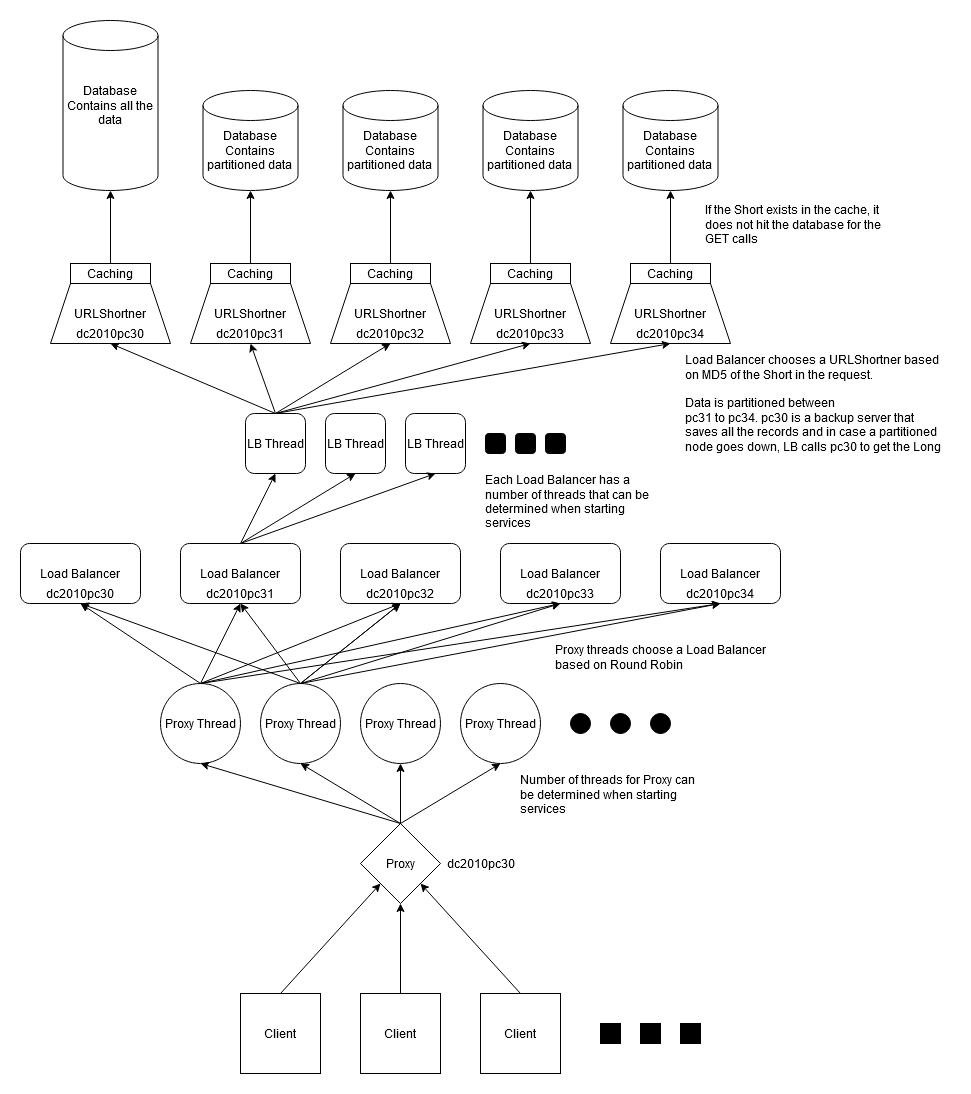
The draw.io diagram Diagram.png in rohan-sahgal/URL-Shortener-from-Scratch, before a commit. Source tidied: cells renumbered, new cells last; positions are measured from the earlier drawing's top-left corner, leaving out a move shared by most shapes.
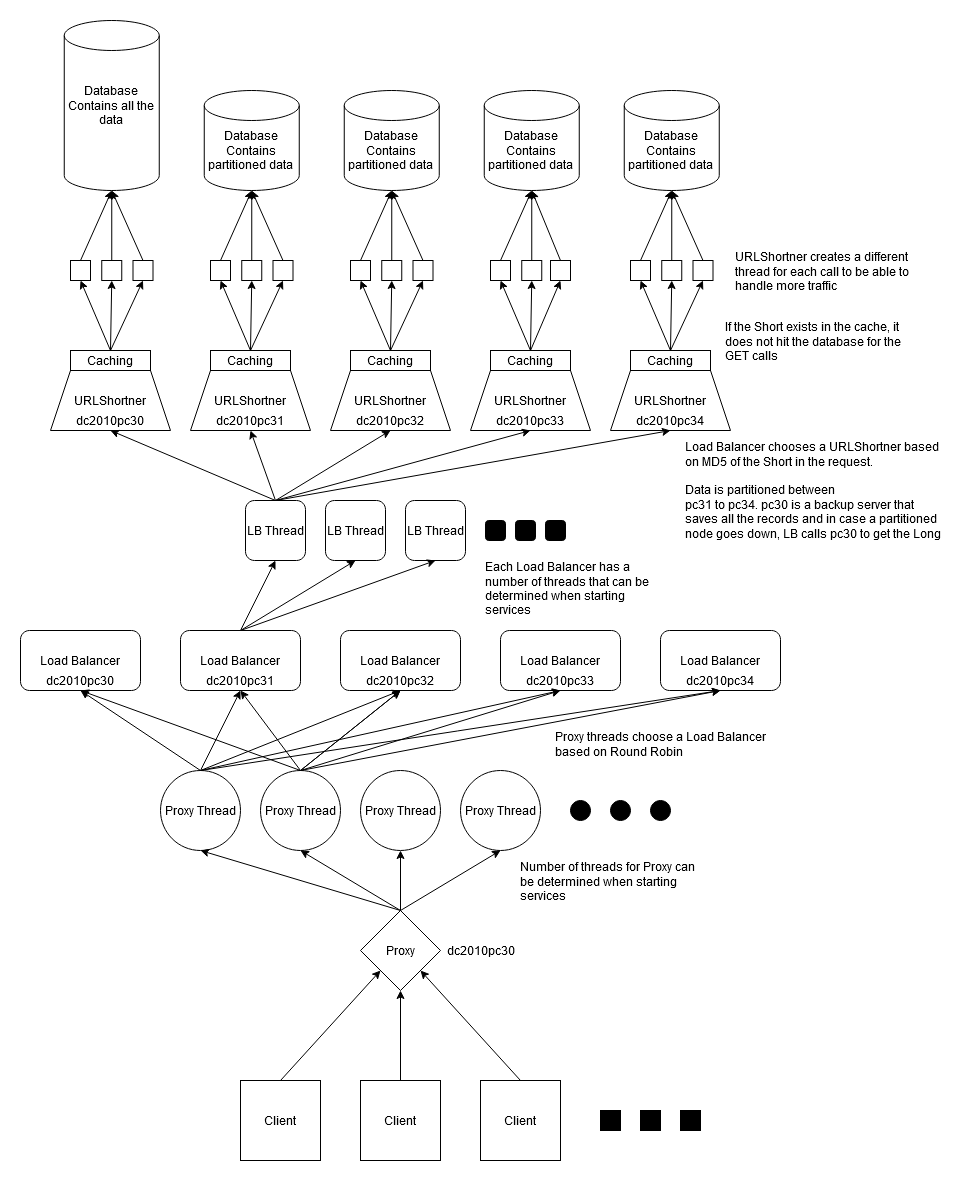
Above is the later version.

The edit, as a diff of the source:
```diff
@@ -236,34 +236,34 @@
       <mxGeometry relative="1" as="geometry" />
     </mxCell>
     <mxCell id="77" style="shape=cylinder3;whiteSpace=wrap;html=1;boundedLbl=1;backgroundOutline=1;size=15;fillColor=#FFFFFF;" parent="1" vertex="1">
-      <mxGeometry x="42.5" width="95" height="170" as="geometry" />
+      <mxGeometry x="43.8" y="-87" width="95" height="170" as="geometry" />
     </mxCell>
     <mxCell id="78" style="shape=cylinder3;whiteSpace=wrap;html=1;boundedLbl=1;backgroundOutline=1;size=15;fillColor=#FFFFFF;" parent="1" vertex="1">
-      <mxGeometry x="182.5" y="70" width="95" height="100" as="geometry" />
+      <mxGeometry x="183.8" y="-17" width="95" height="100" as="geometry" />
     </mxCell>
     <mxCell id="79" style="shape=cylinder3;whiteSpace=wrap;html=1;boundedLbl=1;backgroundOutline=1;size=15;fillColor=#FFFFFF;" parent="1" vertex="1">
-      <mxGeometry x="322.5" y="70" width="95" height="100" as="geometry" />
+      <mxGeometry x="323.8" y="-17" width="95" height="100" as="geometry" />
     </mxCell>
     <mxCell id="80" style="shape=cylinder3;whiteSpace=wrap;html=1;boundedLbl=1;backgroundOutline=1;size=15;fillColor=#FFFFFF;" parent="1" vertex="1">
-      <mxGeometry x="462.5" y="70" width="95" height="100" as="geometry" />
+      <mxGeometry x="463.8" y="-17" width="95" height="100" as="geometry" />
     </mxCell>
     <mxCell id="81" style="shape=cylinder3;whiteSpace=wrap;html=1;boundedLbl=1;backgroundOutline=1;size=15;fillColor=#FFFFFF;" parent="1" vertex="1">
-      <mxGeometry x="602.5" y="70" width="95" height="100" as="geometry" />
+      <mxGeometry x="603.8" y="-17" width="95" height="100" as="geometry" />
     </mxCell>
     <mxCell id="82" value="&lt;div&gt;Database&lt;/div&gt;&lt;div&gt;Contains all the data&lt;br&gt;&lt;/div&gt;" style="text;html=1;strokeColor=none;fillColor=none;align=center;verticalAlign=middle;whiteSpace=wrap;rounded=0;" parent="1" vertex="1">
-      <mxGeometry x="45" y="75" width="90" height="20" as="geometry" />
+      <mxGeometry x="46.2" y="-12" width="90" height="20" as="geometry" />
     </mxCell>
     <mxCell id="83" value="&lt;div&gt;Database&lt;/div&gt;&lt;div&gt;Contains partitioned data&lt;br&gt;&lt;/div&gt;" style="text;html=1;strokeColor=none;fillColor=none;align=center;verticalAlign=middle;whiteSpace=wrap;rounded=0;" parent="1" vertex="1">
-      <mxGeometry x="465" y="120" width="90" height="20" as="geometry" />
+      <mxGeometry x="466.2" y="33" width="90" height="20" as="geometry" />
     </mxCell>
     <mxCell id="84" value="&lt;div&gt;Database&lt;/div&gt;&lt;div&gt;Contains partitioned data&lt;br&gt;&lt;/div&gt;" style="text;html=1;strokeColor=none;fillColor=none;align=center;verticalAlign=middle;whiteSpace=wrap;rounded=0;" parent="1" vertex="1">
-      <mxGeometry x="325" y="120" width="90" height="20" as="geometry" />
+      <mxGeometry x="326.2" y="33" width="90" height="20" as="geometry" />
     </mxCell>
     <mxCell id="85" value="&lt;div&gt;Database&lt;/div&gt;&lt;div&gt;Contains partitioned data&lt;br&gt;&lt;/div&gt;" style="text;html=1;strokeColor=none;fillColor=none;align=center;verticalAlign=middle;whiteSpace=wrap;rounded=0;" parent="1" vertex="1">
-      <mxGeometry x="185" y="120" width="90" height="20" as="geometry" />
+      <mxGeometry x="186.2" y="33" width="90" height="20" as="geometry" />
     </mxCell>
     <mxCell id="86" value="&lt;div&gt;Database&lt;/div&gt;&lt;div&gt;Contains partitioned data&lt;br&gt;&lt;/div&gt;" style="text;html=1;strokeColor=none;fillColor=none;align=center;verticalAlign=middle;whiteSpace=wrap;rounded=0;" parent="1" vertex="1">
-      <mxGeometry x="605" y="120" width="90" height="20" as="geometry" />
+      <mxGeometry x="606.2" y="33" width="90" height="20" as="geometry" />
     </mxCell>
     <mxCell id="87" value="Caching" style="rounded=0;whiteSpace=wrap;html=1;fillColor=#FFFFFF;" parent="1" vertex="1">
       <mxGeometry x="50" y="243" width="80" height="20" as="geometry" />
@@ -280,23 +280,148 @@
     <mxCell id="91" value="Caching" style="rounded=0;whiteSpace=wrap;html=1;fillColor=#FFFFFF;" parent="1" vertex="1">
       <mxGeometry x="610" y="243" width="80" height="20" as="geometry" />
     </mxCell>
-    <mxCell id="92" style="endArrow=classic;html=1;exitX=0.5;exitY=0;exitDx=0;exitDy=0;entryX=0.5;entryY=1;entryDx=0;entryDy=0;entryPerimeter=0;" parent="1" edge="1" source="87" target="77">
-      <mxGeometry relative="1" as="geometry" />
-    </mxCell>
-    <mxCell id="93" style="endArrow=classic;html=1;exitX=0.5;exitY=0;exitDx=0;exitDy=0;entryX=0.5;entryY=1;entryDx=0;entryDy=0;entryPerimeter=0;" parent="1" edge="1" source="88" target="78">
-      <mxGeometry relative="1" as="geometry" />
-    </mxCell>
-    <mxCell id="94" style="endArrow=classic;html=1;exitX=0.5;exitY=0;exitDx=0;exitDy=0;entryX=0.5;entryY=1;entryDx=0;entryDy=0;entryPerimeter=0;" parent="1" edge="1" source="89" target="79">
-      <mxGeometry relative="1" as="geometry" />
-    </mxCell>
-    <mxCell id="95" style="endArrow=classic;html=1;exitX=0.5;exitY=0;exitDx=0;exitDy=0;entryX=0.5;entryY=1;entryDx=0;entryDy=0;entryPerimeter=0;" parent="1" edge="1" source="90" target="80">
-      <mxGeometry relative="1" as="geometry" />
-    </mxCell>
-    <mxCell id="96" style="endArrow=classic;html=1;exitX=0.5;exitY=0;exitDx=0;exitDy=0;entryX=0.5;entryY=1;entryDx=0;entryDy=0;entryPerimeter=0;" parent="1" edge="1" source="91" target="81">
-      <mxGeometry relative="1" as="geometry" />
-    </mxCell>
     <mxCell id="97" value="If the Short exists in the cache, it does not hit the database for the GET calls" style="text;html=1;strokeColor=none;fillColor=none;spacing=5;spacingTop=-20;whiteSpace=wrap;overflow=hidden;rounded=0;" parent="1" vertex="1">
-      <mxGeometry x="680" y="193" width="190" height="120" as="geometry" />
+      <mxGeometry x="700" y="223" width="190" height="120" as="geometry" />
     </mxCell>
+    <mxCell id="98" style="whiteSpace=wrap;html=1;" parent="1" vertex="1">
+      <mxGeometry x="50" y="153" width="20" height="20" as="geometry" />
+    </mxCell>
+    <mxCell id="99" style="whiteSpace=wrap;html=1;" parent="1" vertex="1">
+      <mxGeometry x="81.2" y="153" width="20" height="20" as="geometry" />
+    </mxCell>
+    <mxCell id="100" style="whiteSpace=wrap;html=1;" parent="1" vertex="1">
+      <mxGeometry x="112.5" y="153" width="20" height="20" as="geometry" />
+    </mxCell>
+    <mxCell id="101" style="whiteSpace=wrap;html=1;" parent="1" vertex="1">
+      <mxGeometry x="190" y="153" width="20" height="20" as="geometry" />
+    </mxCell>
+    <mxCell id="102" style="whiteSpace=wrap;html=1;" parent="1" vertex="1">
+      <mxGeometry x="221.2" y="153" width="20" height="20" as="geometry" />
+    </mxCell>
+    <mxCell id="103" style="whiteSpace=wrap;html=1;" parent="1" vertex="1">
+      <mxGeometry x="252.5" y="153" width="20" height="20" as="geometry" />
+    </mxCell>
+    <mxCell id="104" style="whiteSpace=wrap;html=1;" parent="1" vertex="1">
+      <mxGeometry x="330" y="153" width="20" height="20" as="geometry" />
+    </mxCell>
+    <mxCell id="105" style="whiteSpace=wrap;html=1;" parent="1" vertex="1">
+      <mxGeometry x="361.2" y="153" width="20" height="20" as="geometry" />
+    </mxCell>
+    <mxCell id="106" style="whiteSpace=wrap;html=1;" parent="1" vertex="1">
+      <mxGeometry x="392.5" y="153" width="20" height="20" as="geometry" />
+    </mxCell>
+    <mxCell id="107" style="whiteSpace=wrap;html=1;" parent="1" vertex="1">
+      <mxGeometry x="470" y="153" width="20" height="20" as="geometry" />
+    </mxCell>
+    <mxCell id="108" style="whiteSpace=wrap;html=1;" parent="1" vertex="1">
+      <mxGeometry x="501.2" y="153" width="20" height="20" as="geometry" />
+    </mxCell>
+    <mxCell id="109" style="whiteSpace=wrap;html=1;" parent="1" vertex="1">
+      <mxGeometry x="530" y="153" width="20" height="20" as="geometry" />
+    </mxCell>
+    <mxCell id="110" style="whiteSpace=wrap;html=1;" parent="1" vertex="1">
+      <mxGeometry x="610" y="153" width="20" height="20" as="geometry" />
+    </mxCell>
+    <mxCell id="111" style="whiteSpace=wrap;html=1;" parent="1" vertex="1">
+      <mxGeometry x="641.2" y="153" width="20" height="20" as="geometry" />
+    </mxCell>
+    <mxCell id="112" style="whiteSpace=wrap;html=1;" parent="1" vertex="1">
+      <mxGeometry x="672.5" y="153" width="20" height="20" as="geometry" />
+    </mxCell>
+    <mxCell id="113" style="endArrow=classic;html=1;entryX=0.5;entryY=1;entryDx=0;entryDy=0;exitX=0.5;exitY=0;exitDx=0;exitDy=0;" parent="1" edge="1" source="87" target="98">
+      <mxGeometry relative="1" as="geometry" />
+    </mxCell>
+    <mxCell id="114" style="endArrow=classic;html=1;exitX=0.5;exitY=0;exitDx=0;exitDy=0;entryX=0.5;entryY=1;entryDx=0;entryDy=0;" parent="1" edge="1" source="87" target="99">
+      <mxGeometry relative="1" as="geometry" />
+    </mxCell>
+    <mxCell id="115" style="endArrow=classic;html=1;exitX=0.5;exitY=0;exitDx=0;exitDy=0;entryX=0.5;entryY=1;entryDx=0;entryDy=0;" parent="1" edge="1" source="87" target="100">
+      <mxGeometry relative="1" as="geometry" />
+    </mxCell>
+    <mxCell id="116" style="endArrow=classic;html=1;entryX=0.5;entryY=1;entryDx=0;entryDy=0;exitX=0.5;exitY=0;exitDx=0;exitDy=0;" parent="1" edge="1" source="88" target="101">
+      <mxGeometry relative="1" as="geometry" />
+    </mxCell>
+    <mxCell id="117" style="endArrow=classic;html=1;entryX=0.5;entryY=1;entryDx=0;entryDy=0;exitX=0.5;exitY=0;exitDx=0;exitDy=0;" parent="1" edge="1" source="88" target="102">
+      <mxGeometry relative="1" as="geometry" />
+    </mxCell>
+    <mxCell id="118" style="endArrow=classic;html=1;entryX=0.5;entryY=1;entryDx=0;entryDy=0;" parent="1" edge="1" target="103">
+      <mxGeometry relative="1" as="geometry">
+        <mxPoint x="230" y="243" as="sourcePoint" />
+      </mxGeometry>
+    </mxCell>
+    <mxCell id="119" style="endArrow=classic;html=1;entryX=0.5;entryY=1;entryDx=0;entryDy=0;exitX=0.5;exitY=0;exitDx=0;exitDy=0;" parent="1" edge="1" source="89" target="104">
+      <mxGeometry relative="1" as="geometry" />
+    </mxCell>
+    <mxCell id="120" style="endArrow=classic;html=1;entryX=0.5;entryY=1;entryDx=0;entryDy=0;exitX=0.5;exitY=0;exitDx=0;exitDy=0;" parent="1" edge="1" source="89" target="105">
+      <mxGeometry relative="1" as="geometry" />
+    </mxCell>
+    <mxCell id="121" style="endArrow=classic;html=1;entryX=0.5;entryY=1;entryDx=0;entryDy=0;exitX=0.5;exitY=0;exitDx=0;exitDy=0;" parent="1" edge="1" source="89" target="106">
+      <mxGeometry relative="1" as="geometry" />
+    </mxCell>
+    <mxCell id="122" style="endArrow=classic;html=1;entryX=0.5;entryY=1;entryDx=0;entryDy=0;exitX=0.5;exitY=0;exitDx=0;exitDy=0;" parent="1" edge="1" source="90" target="107">
+      <mxGeometry relative="1" as="geometry" />
+    </mxCell>
+    <mxCell id="123" style="endArrow=classic;html=1;entryX=0.5;entryY=1;entryDx=0;entryDy=0;exitX=0.5;exitY=0;exitDx=0;exitDy=0;" parent="1" edge="1" source="90" target="108">
+      <mxGeometry relative="1" as="geometry" />
+    </mxCell>
+    <mxCell id="124" style="endArrow=classic;html=1;entryX=0.5;entryY=1;entryDx=0;entryDy=0;exitX=0.5;exitY=0;exitDx=0;exitDy=0;" parent="1" edge="1" source="90" target="109">
+      <mxGeometry relative="1" as="geometry" />
+    </mxCell>
+    <mxCell id="125" style="endArrow=classic;html=1;entryX=0.5;entryY=1;entryDx=0;entryDy=0;exitX=0.5;exitY=0;exitDx=0;exitDy=0;" parent="1" edge="1" source="91" target="110">
+      <mxGeometry relative="1" as="geometry" />
+    </mxCell>
+    <mxCell id="126" style="endArrow=classic;html=1;entryX=0.5;entryY=1;entryDx=0;entryDy=0;exitX=0.5;exitY=0;exitDx=0;exitDy=0;" parent="1" edge="1" source="91" target="111">
+      <mxGeometry relative="1" as="geometry" />
+    </mxCell>
+    <mxCell id="127" style="endArrow=classic;html=1;entryX=0.5;entryY=1;entryDx=0;entryDy=0;exitX=0.5;exitY=0;exitDx=0;exitDy=0;" parent="1" edge="1" source="91" target="112">
+      <mxGeometry relative="1" as="geometry" />
+    </mxCell>
+    <mxCell id="128" style="endArrow=classic;html=1;entryX=0.5;entryY=1;entryDx=0;entryDy=0;entryPerimeter=0;exitX=0.5;exitY=0;exitDx=0;exitDy=0;" parent="1" edge="1" source="98" target="77">
+      <mxGeometry relative="1" as="geometry" />
+    </mxCell>
+    <mxCell id="129" style="endArrow=classic;html=1;entryX=0.5;entryY=1;entryDx=0;entryDy=0;entryPerimeter=0;exitX=0.5;exitY=0;exitDx=0;exitDy=0;" parent="1" edge="1" source="99" target="77">
+      <mxGeometry relative="1" as="geometry" />
+    </mxCell>
+    <mxCell id="130" style="endArrow=classic;html=1;entryX=0.5;entryY=1;entryDx=0;entryDy=0;entryPerimeter=0;exitX=0.5;exitY=0;exitDx=0;exitDy=0;" parent="1" edge="1" source="100" target="77">
+      <mxGeometry relative="1" as="geometry" />
+    </mxCell>
+    <mxCell id="131" style="endArrow=classic;html=1;entryX=0.5;entryY=1;entryDx=0;entryDy=0;entryPerimeter=0;exitX=0.5;exitY=0;exitDx=0;exitDy=0;" parent="1" edge="1" source="101" target="78">
+      <mxGeometry relative="1" as="geometry" />
+    </mxCell>
+    <mxCell id="132" style="endArrow=classic;html=1;entryX=0.5;entryY=1;entryDx=0;entryDy=0;entryPerimeter=0;exitX=0.5;exitY=0;exitDx=0;exitDy=0;" parent="1" edge="1" source="102" target="78">
+      <mxGeometry relative="1" as="geometry" />
+    </mxCell>
+    <mxCell id="133" style="endArrow=classic;html=1;entryX=0.5;entryY=1;entryDx=0;entryDy=0;entryPerimeter=0;exitX=0.5;exitY=0;exitDx=0;exitDy=0;" parent="1" edge="1" source="103" target="78">
+      <mxGeometry relative="1" as="geometry" />
+    </mxCell>
+    <mxCell id="134" style="endArrow=classic;html=1;entryX=0.5;entryY=1;entryDx=0;entryDy=0;entryPerimeter=0;exitX=0.5;exitY=0;exitDx=0;exitDy=0;" parent="1" edge="1" source="104" target="79">
+      <mxGeometry relative="1" as="geometry" />
+    </mxCell>
+    <mxCell id="135" style="endArrow=classic;html=1;entryX=0.5;entryY=1;entryDx=0;entryDy=0;entryPerimeter=0;exitX=0.5;exitY=0;exitDx=0;exitDy=0;" parent="1" edge="1" source="105" target="79">
+      <mxGeometry relative="1" as="geometry" />
+    </mxCell>
+    <mxCell id="136" style="endArrow=classic;html=1;entryX=0.5;entryY=1;entryDx=0;entryDy=0;entryPerimeter=0;exitX=0.5;exitY=0;exitDx=0;exitDy=0;" parent="1" edge="1" source="106" target="79">
+      <mxGeometry relative="1" as="geometry" />
+    </mxCell>
+    <mxCell id="137" style="endArrow=classic;html=1;entryX=0.5;entryY=1;entryDx=0;entryDy=0;entryPerimeter=0;exitX=0.5;exitY=0;exitDx=0;exitDy=0;" parent="1" edge="1" source="107" target="80">
+      <mxGeometry relative="1" as="geometry" />
+    </mxCell>
+    <mxCell id="138" style="endArrow=classic;html=1;entryX=0.5;entryY=1;entryDx=0;entryDy=0;entryPerimeter=0;exitX=0.5;exitY=0;exitDx=0;exitDy=0;" parent="1" edge="1" source="108" target="80">
+      <mxGeometry relative="1" as="geometry" />
+    </mxCell>
+    <mxCell id="139" style="endArrow=classic;html=1;entryX=0.5;entryY=1;entryDx=0;entryDy=0;entryPerimeter=0;exitX=0.5;exitY=0;exitDx=0;exitDy=0;" parent="1" edge="1" source="109" target="80">
+      <mxGeometry relative="1" as="geometry" />
+    </mxCell>
+    <mxCell id="140" style="endArrow=classic;html=1;entryX=0.5;entryY=1;entryDx=0;entryDy=0;entryPerimeter=0;exitX=0.5;exitY=0;exitDx=0;exitDy=0;" parent="1" edge="1" source="110" target="81">
+      <mxGeometry relative="1" as="geometry" />
+    </mxCell>
+    <mxCell id="141" style="endArrow=classic;html=1;entryX=0.5;entryY=1;entryDx=0;entryDy=0;entryPerimeter=0;exitX=0.5;exitY=0;exitDx=0;exitDy=0;" parent="1" edge="1" source="111" target="81">
+      <mxGeometry relative="1" as="geometry" />
+    </mxCell>
+    <mxCell id="142" style="endArrow=classic;html=1;entryX=0.5;entryY=1;entryDx=0;entryDy=0;entryPerimeter=0;exitX=0.5;exitY=0;exitDx=0;exitDy=0;" parent="1" edge="1" source="112" target="81">
+      <mxGeometry relative="1" as="geometry" />
+    </mxCell>
+    <mxCell id="143" value="URLShortner creates a different thread for each call to be able to handle more traffic" style="text;html=1;strokeColor=none;fillColor=none;spacing=5;spacingTop=-20;whiteSpace=wrap;overflow=hidden;rounded=0;" parent="1" vertex="1">
+      <mxGeometry x="710" y="153" width="190" height="120" as="geometry" />
+    </mxCell>
   </root>
 </mxGraphModel>
```
